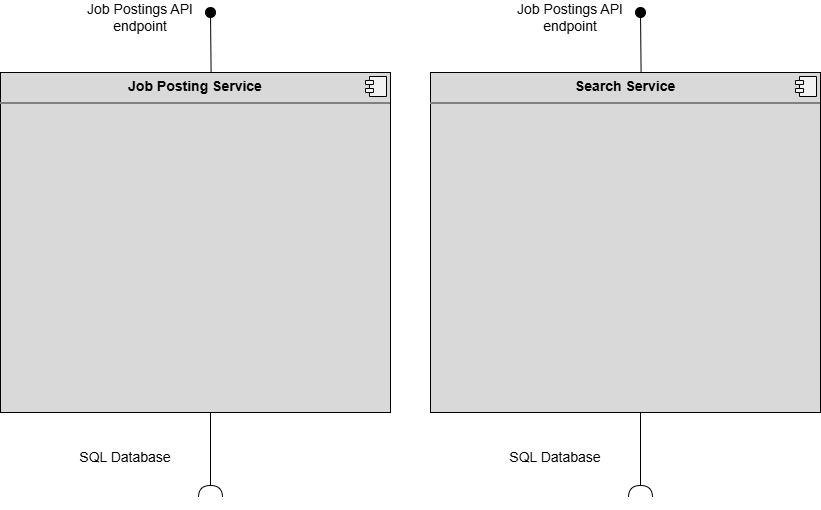
Above: 04_QA_Review/Pending_Review/Top-view-Team-2-week-3.drawio.png in JmmonJeremy/CareerBound-SDD (draw.io), before the change. Source tidied: cells renumbered, new cells last; positions are measured from the earlier drawing's top-left corner, leaving out a move shared by most shapes. Source of this version:
```xml
<mxGraphModel>
  <root>
    <mxCell id="0" />
    <mxCell id="1" parent="0" />
    <mxCell id="2" value="&lt;p style=&quot;margin:0px;margin-top:6px;text-align:center;&quot;&gt;&lt;b&gt;Job Posting Service&lt;/b&gt;&lt;/p&gt;&lt;hr style=&quot;border-style:solid;&quot;&gt;&lt;p style=&quot;margin:0px;margin-left:8px;&quot;&gt;&lt;br&gt;&lt;/p&gt;" style="align=left;overflow=fill;html=1;whiteSpace=wrap;fillColor=#D9D9D9;verticalAlign=top;fontSize=14;" parent="1" vertex="1">
      <mxGeometry y="70" width="390" height="340" as="geometry" />
    </mxCell>
    <mxCell id="3" style="shape=component;jettyWidth=8;jettyHeight=4;fillColor=light-dark(#f2f2f2, #ededed);" parent="2" vertex="1">
      <mxGeometry x="1" width="21" height="20" relative="1" as="geometry">
        <mxPoint x="-25" y="4" as="offset" />
      </mxGeometry>
    </mxCell>
    <mxCell id="4" value="Job Postings API endpoint" style="text;html=1;whiteSpace=wrap;strokeColor=none;fillColor=none;align=center;verticalAlign=middle;rounded=0;fontSize=14;" parent="1" vertex="1">
      <mxGeometry x="75" width="130" height="30" as="geometry" />
    </mxCell>
    <mxCell id="5" style="rounded=0;jettySize=auto;html=1;endArrow=oval;endFill=1;endSize=10;strokeWidth=1;sketch=0;exitX=0.54;exitY=0;exitDx=0;exitDy=0;exitPerimeter=0;" parent="1" edge="1" source="2">
      <mxGeometry relative="1" as="geometry">
        <mxPoint x="210" y="10" as="targetPoint" />
      </mxGeometry>
    </mxCell>
    <mxCell id="6" style="ellipse;whiteSpace=wrap;html=1;align=center;fillColor=none;strokeColor=none;perimeter=centerPerimeter;" parent="1" vertex="1">
      <mxGeometry x="205" y="200" width="10" height="10" as="geometry" />
    </mxCell>
    <mxCell id="7" style="rounded=0;jettySize=auto;html=1;endArrow=halfCircle;endFill=0;sketch=0;sourcePerimeterSpacing=0;targetPerimeterSpacing=0;endSize=10;edgeStyle=orthogonalEdgeStyle;entryX=0.8;entryY=0.859;entryDx=0;entryDy=0;entryPerimeter=0;" parent="1" edge="1" target="8">
      <mxGeometry relative="1" as="geometry">
        <mxPoint x="210" y="410" as="sourcePoint" />
      </mxGeometry>
    </mxCell>
    <mxCell id="8" style="ellipse;whiteSpace=wrap;html=1;align=center;fillColor=none;strokeColor=none;perimeter=centerPerimeter;points=[];outlineConnect=1;" parent="1" vertex="1">
      <mxGeometry x="205" y="490" width="10" height="10" as="geometry" />
    </mxCell>
    <mxCell id="9" value="&lt;font&gt;SQL Database&lt;/font&gt;" style="text;html=1;whiteSpace=wrap;strokeColor=none;fillColor=none;align=center;verticalAlign=middle;rounded=0;fontSize=14;" parent="1" vertex="1">
      <mxGeometry x="70" y="440" width="110" height="30" as="geometry" />
    </mxCell>
    <mxCell id="10" style="ellipse;whiteSpace=wrap;html=1;align=center;fillColor=none;strokeColor=none;perimeter=centerPerimeter;fontSize=12;" parent="1" vertex="1">
      <mxGeometry x="135" y="210" width="10" height="10" as="geometry" />
    </mxCell>
    <mxCell id="11" style="ellipse;whiteSpace=wrap;html=1;align=center;fillColor=none;strokeColor=none;perimeter=centerPerimeter;" parent="1" vertex="1">
      <mxGeometry x="5" y="290" width="10" height="10" as="geometry" />
    </mxCell>
    <mxCell id="12" value="&lt;p style=&quot;margin:0px;margin-top:6px;text-align:center;&quot;&gt;&lt;b&gt;Search Service&lt;/b&gt;&lt;/p&gt;&lt;hr style=&quot;border-style:solid;&quot;&gt;&lt;p style=&quot;margin:0px;margin-left:8px;&quot;&gt;&lt;br&gt;&lt;/p&gt;" style="align=left;overflow=fill;html=1;whiteSpace=wrap;fillColor=#D9D9D9;verticalAlign=top;fontSize=14;" parent="1" vertex="1">
      <mxGeometry x="430" y="70" width="390" height="340" as="geometry" />
    </mxCell>
    <mxCell id="13" style="shape=component;jettyWidth=8;jettyHeight=4;fillColor=light-dark(#f2f2f2, #ededed);" parent="12" vertex="1">
      <mxGeometry x="1" width="21" height="20" relative="1" as="geometry">
        <mxPoint x="-25" y="4" as="offset" />
      </mxGeometry>
    </mxCell>
    <mxCell id="14" value="Job Postings API endpoint" style="text;html=1;whiteSpace=wrap;strokeColor=none;fillColor=none;align=center;verticalAlign=middle;rounded=0;fontSize=14;" parent="1" vertex="1">
      <mxGeometry x="505" width="130" height="30" as="geometry" />
    </mxCell>
    <mxCell id="15" style="rounded=0;jettySize=auto;html=1;endArrow=oval;endFill=1;endSize=10;strokeWidth=1;sketch=0;exitX=0.54;exitY=0;exitDx=0;exitDy=0;exitPerimeter=0;" parent="1" edge="1" source="12">
      <mxGeometry relative="1" as="geometry">
        <mxPoint x="640" y="10" as="targetPoint" />
      </mxGeometry>
    </mxCell>
    <mxCell id="16" style="ellipse;whiteSpace=wrap;html=1;align=center;fillColor=none;strokeColor=none;perimeter=centerPerimeter;" parent="1" vertex="1">
      <mxGeometry x="635" y="200" width="10" height="10" as="geometry" />
    </mxCell>
    <mxCell id="17" style="rounded=0;jettySize=auto;html=1;endArrow=halfCircle;endFill=0;sketch=0;sourcePerimeterSpacing=0;targetPerimeterSpacing=0;endSize=10;edgeStyle=orthogonalEdgeStyle;entryX=0.8;entryY=0.859;entryDx=0;entryDy=0;entryPerimeter=0;" parent="1" edge="1" target="18">
      <mxGeometry relative="1" as="geometry">
        <mxPoint x="640" y="410" as="sourcePoint" />
      </mxGeometry>
    </mxCell>
    <mxCell id="18" style="ellipse;whiteSpace=wrap;html=1;align=center;fillColor=none;strokeColor=none;perimeter=centerPerimeter;points=[];outlineConnect=1;" parent="1" vertex="1">
      <mxGeometry x="635" y="490" width="10" height="10" as="geometry" />
    </mxCell>
    <mxCell id="19" value="&lt;font&gt;SQL Database&lt;/font&gt;" style="text;html=1;whiteSpace=wrap;strokeColor=none;fillColor=none;align=center;verticalAlign=middle;rounded=0;fontSize=14;" parent="1" vertex="1">
      <mxGeometry x="500" y="440" width="110" height="30" as="geometry" />
    </mxCell>
    <mxCell id="20" style="ellipse;whiteSpace=wrap;html=1;align=center;fillColor=none;strokeColor=none;perimeter=centerPerimeter;fontSize=12;" parent="1" vertex="1">
      <mxGeometry x="565" y="210" width="10" height="10" as="geometry" />
    </mxCell>
    <mxCell id="21" style="ellipse;whiteSpace=wrap;html=1;align=center;fillColor=none;strokeColor=none;perimeter=centerPerimeter;" parent="1" vertex="1">
      <mxGeometry x="435" y="290" width="10" height="10" as="geometry" />
    </mxCell>
  </root>
</mxGraphModel>
```
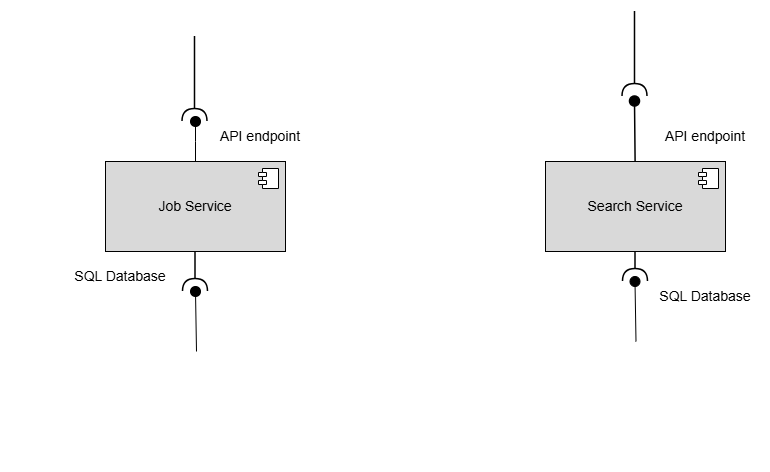
After the commit.

Diff of the diagram source:
```diff
@@ -2,35 +2,30 @@
   <root>
     <mxCell id="0" />
     <mxCell id="1" parent="0" />
-    <mxCell id="2" value="&lt;p style=&quot;margin:0px;margin-top:6px;text-align:center;&quot;&gt;&lt;b&gt;Job Posting Service&lt;/b&gt;&lt;/p&gt;&lt;hr style=&quot;border-style:solid;&quot;&gt;&lt;p style=&quot;margin:0px;margin-left:8px;&quot;&gt;&lt;br&gt;&lt;/p&gt;" style="align=left;overflow=fill;html=1;whiteSpace=wrap;fillColor=#D9D9D9;verticalAlign=top;fontSize=14;" parent="1" vertex="1">
-      <mxGeometry y="70" width="390" height="340" as="geometry" />
-    </mxCell>
-    <mxCell id="3" style="shape=component;jettyWidth=8;jettyHeight=4;fillColor=light-dark(#f2f2f2, #ededed);" parent="2" vertex="1">
-      <mxGeometry x="1" width="21" height="20" relative="1" as="geometry">
-        <mxPoint x="-25" y="4" as="offset" />
-      </mxGeometry>
-    </mxCell>
-    <mxCell id="4" value="Job Postings API endpoint" style="text;html=1;whiteSpace=wrap;strokeColor=none;fillColor=none;align=center;verticalAlign=middle;rounded=0;fontSize=14;" parent="1" vertex="1">
-      <mxGeometry x="75" width="130" height="30" as="geometry" />
+    <mxCell id="4" value="API endpoint" style="text;html=1;whiteSpace=wrap;strokeColor=none;fillColor=none;align=center;verticalAlign=middle;rounded=0;fontSize=14;" parent="1" vertex="1">
+      <mxGeometry x="200" y="150" width="130" height="30" as="geometry" />
     </mxCell>
-    <mxCell id="5" style="rounded=0;jettySize=auto;html=1;endArrow=oval;endFill=1;endSize=10;strokeWidth=1;sketch=0;exitX=0.54;exitY=0;exitDx=0;exitDy=0;exitPerimeter=0;" parent="1" edge="1" source="2">
+    <mxCell id="5" style="rounded=0;jettySize=auto;html=1;endArrow=oval;endFill=1;endSize=10;strokeWidth=1;sketch=0;exitX=0.5;exitY=0;exitDx=0;exitDy=0;" parent="1" edge="1" source="26">
       <mxGeometry relative="1" as="geometry">
-        <mxPoint x="210" y="10" as="targetPoint" />
+        <mxPoint x="200" y="150" as="targetPoint" />
+        <Array as="points">
+          <mxPoint x="200" y="170" />
+        </Array>
       </mxGeometry>
     </mxCell>
     <mxCell id="6" style="ellipse;whiteSpace=wrap;html=1;align=center;fillColor=none;strokeColor=none;perimeter=centerPerimeter;" parent="1" vertex="1">
       <mxGeometry x="205" y="200" width="10" height="10" as="geometry" />
     </mxCell>
-    <mxCell id="7" style="rounded=0;jettySize=auto;html=1;endArrow=halfCircle;endFill=0;sketch=0;sourcePerimeterSpacing=0;targetPerimeterSpacing=0;endSize=10;edgeStyle=orthogonalEdgeStyle;entryX=0.8;entryY=0.859;entryDx=0;entryDy=0;entryPerimeter=0;" parent="1" edge="1" target="8">
+    <mxCell id="7" style="rounded=0;jettySize=auto;html=1;endArrow=halfCircle;endFill=0;sketch=0;sourcePerimeterSpacing=0;targetPerimeterSpacing=0;endSize=10;edgeStyle=orthogonalEdgeStyle;strokeWidth=1.5;exitX=0.5;exitY=1;exitDx=0;exitDy=0;" parent="1" edge="1" source="26">
       <mxGeometry relative="1" as="geometry">
-        <mxPoint x="210" y="410" as="sourcePoint" />
+        <mxPoint x="200" y="320" as="targetPoint" />
       </mxGeometry>
     </mxCell>
     <mxCell id="8" style="ellipse;whiteSpace=wrap;html=1;align=center;fillColor=none;strokeColor=none;perimeter=centerPerimeter;points=[];outlineConnect=1;" parent="1" vertex="1">
       <mxGeometry x="205" y="490" width="10" height="10" as="geometry" />
     </mxCell>
     <mxCell id="9" value="&lt;font&gt;SQL Database&lt;/font&gt;" style="text;html=1;whiteSpace=wrap;strokeColor=none;fillColor=none;align=center;verticalAlign=middle;rounded=0;fontSize=14;" parent="1" vertex="1">
-      <mxGeometry x="70" y="440" width="110" height="30" as="geometry" />
+      <mxGeometry x="70" y="290" width="110" height="30" as="geometry" />
     </mxCell>
     <mxCell id="10" style="ellipse;whiteSpace=wrap;html=1;align=center;fillColor=none;strokeColor=none;perimeter=centerPerimeter;fontSize=12;" parent="1" vertex="1">
       <mxGeometry x="135" y="210" width="10" height="10" as="geometry" />
@@ -38,35 +33,28 @@
     <mxCell id="11" style="ellipse;whiteSpace=wrap;html=1;align=center;fillColor=none;strokeColor=none;perimeter=centerPerimeter;" parent="1" vertex="1">
       <mxGeometry x="5" y="290" width="10" height="10" as="geometry" />
     </mxCell>
-    <mxCell id="12" value="&lt;p style=&quot;margin:0px;margin-top:6px;text-align:center;&quot;&gt;&lt;b&gt;Search Service&lt;/b&gt;&lt;/p&gt;&lt;hr style=&quot;border-style:solid;&quot;&gt;&lt;p style=&quot;margin:0px;margin-left:8px;&quot;&gt;&lt;br&gt;&lt;/p&gt;" style="align=left;overflow=fill;html=1;whiteSpace=wrap;fillColor=#D9D9D9;verticalAlign=top;fontSize=14;" parent="1" vertex="1">
-      <mxGeometry x="430" y="70" width="390" height="340" as="geometry" />
-    </mxCell>
-    <mxCell id="13" style="shape=component;jettyWidth=8;jettyHeight=4;fillColor=light-dark(#f2f2f2, #ededed);" parent="12" vertex="1">
-      <mxGeometry x="1" width="21" height="20" relative="1" as="geometry">
-        <mxPoint x="-25" y="4" as="offset" />
-      </mxGeometry>
-    </mxCell>
-    <mxCell id="14" value="Job Postings API endpoint" style="text;html=1;whiteSpace=wrap;strokeColor=none;fillColor=none;align=center;verticalAlign=middle;rounded=0;fontSize=14;" parent="1" vertex="1">
-      <mxGeometry x="505" width="130" height="30" as="geometry" />
+    <mxCell id="14" value="API endpoint" style="text;html=1;whiteSpace=wrap;strokeColor=none;fillColor=none;align=center;verticalAlign=middle;rounded=0;fontSize=14;" parent="1" vertex="1">
+      <mxGeometry x="645" y="150" width="130" height="30" as="geometry" />
     </mxCell>
-    <mxCell id="15" style="rounded=0;jettySize=auto;html=1;endArrow=oval;endFill=1;endSize=10;strokeWidth=1;sketch=0;exitX=0.54;exitY=0;exitDx=0;exitDy=0;exitPerimeter=0;" parent="1" edge="1" source="12">
+    <mxCell id="15" style="rounded=0;orthogonalLoop=1;jettySize=auto;html=1;endArrow=oval;endFill=1;endSize=10;strokeWidth=1.5;sketch=0;exitX=0.54;exitY=0;exitDx=0;exitDy=0;exitPerimeter=0;" parent="1" edge="1">
       <mxGeometry relative="1" as="geometry">
-        <mxPoint x="640" y="10" as="targetPoint" />
+        <mxPoint x="640.1" y="190" as="sourcePoint" />
+        <mxPoint x="639.5" y="130" as="targetPoint" />
       </mxGeometry>
     </mxCell>
     <mxCell id="16" style="ellipse;whiteSpace=wrap;html=1;align=center;fillColor=none;strokeColor=none;perimeter=centerPerimeter;" parent="1" vertex="1">
       <mxGeometry x="635" y="200" width="10" height="10" as="geometry" />
     </mxCell>
-    <mxCell id="17" style="rounded=0;jettySize=auto;html=1;endArrow=halfCircle;endFill=0;sketch=0;sourcePerimeterSpacing=0;targetPerimeterSpacing=0;endSize=10;edgeStyle=orthogonalEdgeStyle;entryX=0.8;entryY=0.859;entryDx=0;entryDy=0;entryPerimeter=0;" parent="1" edge="1" target="18">
+    <mxCell id="17" style="rounded=0;jettySize=auto;html=1;endArrow=halfCircle;endFill=0;sketch=0;sourcePerimeterSpacing=0;targetPerimeterSpacing=0;endSize=10;edgeStyle=orthogonalEdgeStyle;strokeWidth=1.5;exitX=0.5;exitY=1;exitDx=0;exitDy=0;" parent="1" edge="1" source="12">
       <mxGeometry relative="1" as="geometry">
-        <mxPoint x="640" y="410" as="sourcePoint" />
+        <mxPoint x="640" y="310" as="targetPoint" />
       </mxGeometry>
     </mxCell>
     <mxCell id="18" style="ellipse;whiteSpace=wrap;html=1;align=center;fillColor=none;strokeColor=none;perimeter=centerPerimeter;points=[];outlineConnect=1;" parent="1" vertex="1">
       <mxGeometry x="635" y="490" width="10" height="10" as="geometry" />
     </mxCell>
     <mxCell id="19" value="&lt;font&gt;SQL Database&lt;/font&gt;" style="text;html=1;whiteSpace=wrap;strokeColor=none;fillColor=none;align=center;verticalAlign=middle;rounded=0;fontSize=14;" parent="1" vertex="1">
-      <mxGeometry x="500" y="440" width="110" height="30" as="geometry" />
+      <mxGeometry x="655" y="310" width="110" height="30" as="geometry" />
     </mxCell>
     <mxCell id="20" style="ellipse;whiteSpace=wrap;html=1;align=center;fillColor=none;strokeColor=none;perimeter=centerPerimeter;fontSize=12;" parent="1" vertex="1">
       <mxGeometry x="565" y="210" width="10" height="10" as="geometry" />
@@ -74,5 +62,45 @@
     <mxCell id="21" style="ellipse;whiteSpace=wrap;html=1;align=center;fillColor=none;strokeColor=none;perimeter=centerPerimeter;" parent="1" vertex="1">
       <mxGeometry x="435" y="290" width="10" height="10" as="geometry" />
     </mxCell>
+    <mxCell id="22" style="rounded=0;orthogonalLoop=1;jettySize=auto;html=1;endArrow=halfCircle;endFill=0;sketch=0;sourcePerimeterSpacing=0;targetPerimeterSpacing=0;endSize=10;edgeStyle=orthogonalEdgeStyle;entryX=0.8;entryY=0.859;entryDx=0;entryDy=0;entryPerimeter=0;strokeWidth=1.5;" parent="1" edge="1">
+      <mxGeometry relative="1" as="geometry">
+        <mxPoint x="199.5" y="65" as="sourcePoint" />
+        <mxPoint x="199.5" y="150" as="targetPoint" />
+      </mxGeometry>
+    </mxCell>
+    <mxCell id="23" style="rounded=0;orthogonalLoop=1;jettySize=auto;html=1;endArrow=halfCircle;endFill=0;sketch=0;sourcePerimeterSpacing=0;targetPerimeterSpacing=0;endSize=10;edgeStyle=orthogonalEdgeStyle;entryX=0.8;entryY=0.859;entryDx=0;entryDy=0;entryPerimeter=0;strokeWidth=1.5;" parent="1" edge="1">
+      <mxGeometry relative="1" as="geometry">
+        <mxPoint x="639.5" y="40" as="sourcePoint" />
+        <mxPoint x="639.5" y="125" as="targetPoint" />
+      </mxGeometry>
+    </mxCell>
+    <mxCell id="24" style="rounded=0;orthogonalLoop=1;jettySize=auto;html=1;endArrow=oval;endFill=1;endSize=10;strokeWidth=1;sketch=0;exitX=0.54;exitY=0;exitDx=0;exitDy=0;exitPerimeter=0;" parent="1" edge="1">
+      <mxGeometry relative="1" as="geometry">
+        <mxPoint x="201" y="380" as="sourcePoint" />
+        <mxPoint x="200" y="320" as="targetPoint" />
+      </mxGeometry>
+    </mxCell>
+    <mxCell id="25" style="rounded=0;orthogonalLoop=1;jettySize=auto;html=1;endArrow=oval;endFill=1;endSize=10;strokeWidth=1;sketch=0;exitX=0.54;exitY=0;exitDx=0;exitDy=0;exitPerimeter=0;" parent="1" edge="1">
+      <mxGeometry relative="1" as="geometry">
+        <mxPoint x="640.5" y="370" as="sourcePoint" />
+        <mxPoint x="639.5" y="310" as="targetPoint" />
+      </mxGeometry>
+    </mxCell>
+    <mxCell id="26" value="Job Service" style="html=1;whiteSpace=wrap;fillStyle=solid;fillColor=#D9D9D9;fontSize=14;" parent="1" vertex="1">
+      <mxGeometry x="110" y="190" width="180" height="90" as="geometry" />
+    </mxCell>
+    <mxCell id="27" style="shape=module;jettyWidth=8;jettyHeight=4;" parent="26" vertex="1">
+      <mxGeometry x="1" width="20" height="20" relative="1" as="geometry">
+        <mxPoint x="-27" y="7" as="offset" />
+      </mxGeometry>
+    </mxCell>
+    <mxCell id="12" value="Search Service" style="html=1;whiteSpace=wrap;fillStyle=solid;fillColor=#D9D9D9;fontSize=14;" parent="1" vertex="1">
+      <mxGeometry x="550" y="190" width="180" height="90" as="geometry" />
+    </mxCell>
+    <mxCell id="28" style="shape=module;jettyWidth=8;jettyHeight=4;" parent="12" vertex="1">
+      <mxGeometry x="1" width="20" height="20" relative="1" as="geometry">
+        <mxPoint x="-27" y="7" as="offset" />
+      </mxGeometry>
+    </mxCell>
   </root>
 </mxGraphModel>
```
